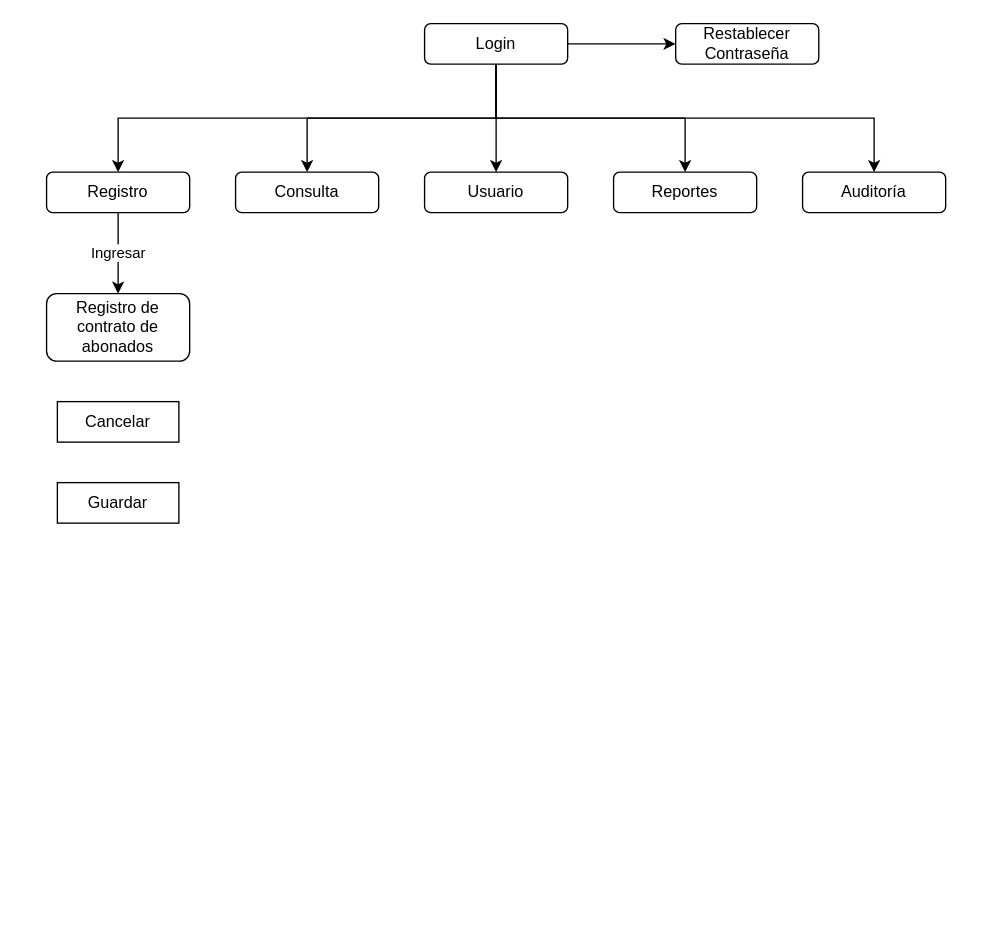
Above: page "Navegabilidad" (3 of 3) of Proyecto PreProfesional.drawio in HoliSoyTamo/Diagramas (draw.io), before the change. Source tidied: cells renumbered, new cells numbered last; positions are measured from the earlier drawing's top-left corner, leaving out a move shared by most shapes. Both pictures are drawn from the tidied source at 135%, with x=0, y=0 at pixel (46, 23).
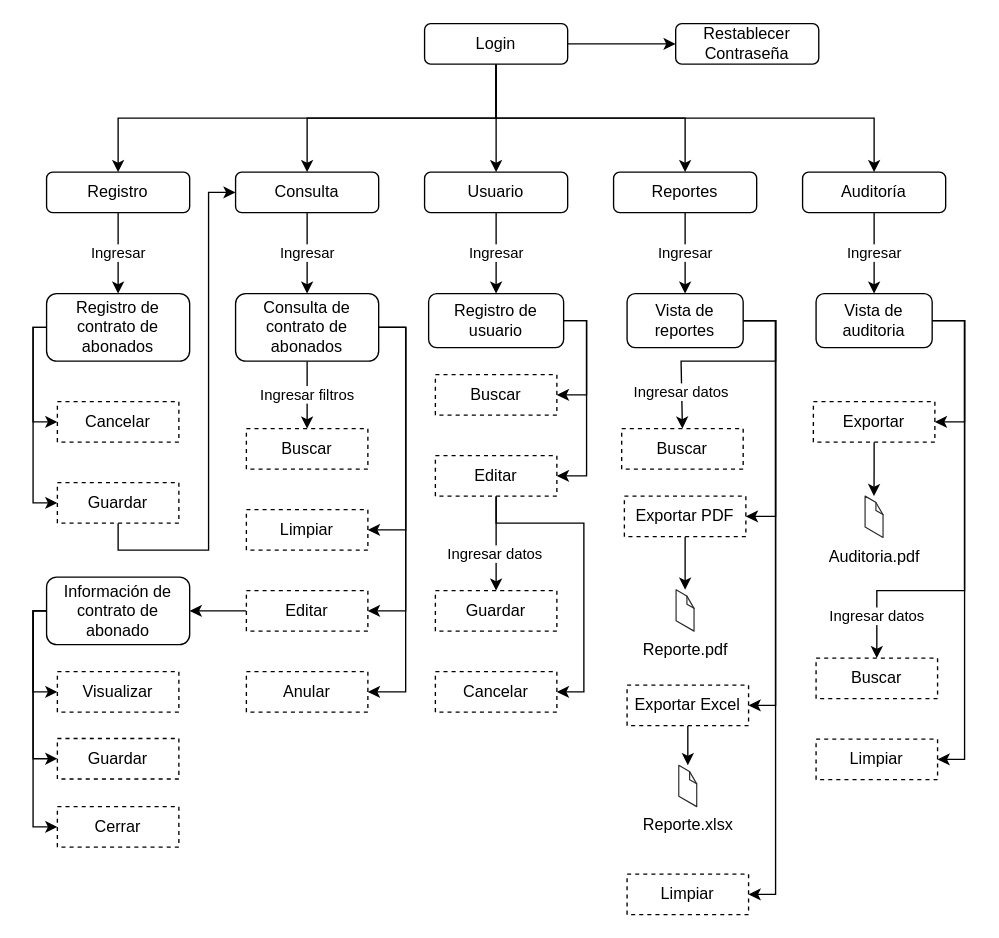
The same diagram, later.

Unchanged cells that the change refers to:
```xml
<mxCell id="12" value="Consulta" style="rounded=1;whiteSpace=wrap;html=1;" parent="1" vertex="1">
  <mxGeometry x="140" y="110" width="106" height="30" as="geometry" />
</mxCell>
<mxCell id="13" value="Usuario" style="rounded=1;whiteSpace=wrap;html=1;" parent="1" vertex="1">
  <mxGeometry x="280" y="110" width="106" height="30" as="geometry" />
</mxCell>
<mxCell id="14" value="Reportes" style="rounded=1;whiteSpace=wrap;html=1;" parent="1" vertex="1">
  <mxGeometry x="420" y="110" width="106" height="30" as="geometry" />
</mxCell>
<mxCell id="15" value="Auditoría" style="rounded=1;whiteSpace=wrap;html=1;" parent="1" vertex="1">
  <mxGeometry x="560" y="110" width="106" height="30" as="geometry" />
</mxCell>
<mxCell id="16" value="Registro de contrato de abonados" style="rounded=1;whiteSpace=wrap;html=1;" parent="1" vertex="1">
  <mxGeometry y="200" width="106" height="50" as="geometry" />
</mxCell>
```

Change to the diagram source:
```diff
@@
+    <mxCell id="19" value="Ingresar" style="edgeStyle=orthogonalEdgeStyle;rounded=0;jettySize=auto;html=1;entryX=0.5;entryY=0;entryDx=0;entryDy=0;" parent="1" edge="1" source="12" target="30">
+      <mxGeometry relative="1" as="geometry" />
+    </mxCell>
@@
+    <mxCell id="20" value="Ingresar" style="edgeStyle=orthogonalEdgeStyle;rounded=0;jettySize=auto;html=1;entryX=0.5;entryY=0;entryDx=0;entryDy=0;" parent="1" edge="1" source="13" target="45">
+      <mxGeometry relative="1" as="geometry" />
+    </mxCell>
@@
+    <mxCell id="21" value="Ingresar" style="edgeStyle=orthogonalEdgeStyle;rounded=0;jettySize=auto;html=1;entryX=0.5;entryY=0;entryDx=0;entryDy=0;" parent="1" edge="1" source="14" target="57">
+      <mxGeometry relative="1" as="geometry" />
+    </mxCell>
@@
+    <mxCell id="22" value="Ingresar" style="edgeStyle=orthogonalEdgeStyle;rounded=0;jettySize=auto;html=1;entryX=0.5;entryY=0;entryDx=0;entryDy=0;" parent="1" edge="1" source="15" target="69">
+      <mxGeometry relative="1" as="geometry" />
+    </mxCell>
@@
+    <mxCell id="23" style="edgeStyle=orthogonalEdgeStyle;rounded=0;jettySize=auto;html=1;entryX=0;entryY=0.5;entryDx=0;entryDy=0;" parent="1" edge="1" source="16" target="18">
+      <mxGeometry relative="1" as="geometry">
+        <Array as="points">
+          <mxPoint x="-10" y="225" />
+          <mxPoint x="-10" y="355" />
+        </Array>
+      </mxGeometry>
+    </mxCell>
+    <mxCell id="24" style="edgeStyle=orthogonalEdgeStyle;rounded=0;jettySize=auto;html=1;entryX=0;entryY=0.5;entryDx=0;entryDy=0;" parent="1" edge="1" source="16" target="17">
+      <mxGeometry relative="1" as="geometry">
+        <Array as="points">
+          <mxPoint x="-10" y="225" />
+          <mxPoint x="-10" y="295" />
+        </Array>
+      </mxGeometry>
+    </mxCell>
@@
-    <mxCell id="17" value="Cancelar" style="rounded=0;whiteSpace=wrap;html=1;" parent="1" vertex="1">
+    <mxCell id="17" value="Cancelar" style="rounded=0;whiteSpace=wrap;html=1;dashed=1;" parent="1" vertex="1">
       <mxGeometry x="8" y="280" width="90" height="30" as="geometry" />
     </mxCell>
+    <mxCell id="25" style="edgeStyle=orthogonalEdgeStyle;rounded=0;jettySize=auto;html=1;entryX=0;entryY=0.5;entryDx=0;entryDy=0;" parent="1" edge="1" source="18" target="12">
+      <mxGeometry relative="1" as="geometry">
+        <Array as="points">
+          <mxPoint x="53" y="390" />
+          <mxPoint x="120" y="390" />
+          <mxPoint x="120" y="125" />
+        </Array>
+      </mxGeometry>
+    </mxCell>
-    <mxCell id="18" value="Guardar" style="rounded=0;whiteSpace=wrap;html=1;" parent="1" vertex="1">
+    <mxCell id="18" value="Guardar" style="rounded=0;whiteSpace=wrap;html=1;dashed=1;" parent="1" vertex="1">
       <mxGeometry x="8" y="340" width="90" height="30" as="geometry" />
     </mxCell>
+    <mxCell id="26" value="&lt;span style=&quot;font-style: normal;&quot;&gt;Ingresar filtros&lt;/span&gt;" style="edgeStyle=orthogonalEdgeStyle;rounded=0;jettySize=auto;html=1;entryX=0.5;entryY=0;entryDx=0;entryDy=0;fontStyle=2;" parent="1" edge="1" source="30" target="31">
+      <mxGeometry relative="1" as="geometry">
+        <Array as="points">
+          <mxPoint x="193" y="290" />
+          <mxPoint x="193" y="290" />
+        </Array>
+      </mxGeometry>
+    </mxCell>
+    <mxCell id="27" style="edgeStyle=orthogonalEdgeStyle;rounded=0;jettySize=auto;html=1;entryX=1;entryY=0.5;entryDx=0;entryDy=0;" parent="1" edge="1" source="30" target="32">
+      <mxGeometry relative="1" as="geometry">
+        <Array as="points">
+          <mxPoint x="266" y="225" />
+          <mxPoint x="266" y="375" />
+        </Array>
+      </mxGeometry>
+    </mxCell>
+    <mxCell id="28" style="edgeStyle=orthogonalEdgeStyle;rounded=0;jettySize=auto;html=1;entryX=1;entryY=0.5;entryDx=0;entryDy=0;" parent="1" edge="1" source="30" target="34">
+      <mxGeometry relative="1" as="geometry">
+        <Array as="points">
+          <mxPoint x="266" y="225" />
+          <mxPoint x="266" y="435" />
+        </Array>
+      </mxGeometry>
+    </mxCell>
+    <mxCell id="29" style="edgeStyle=orthogonalEdgeStyle;rounded=0;jettySize=auto;html=1;entryX=1;entryY=0.5;entryDx=0;entryDy=0;" parent="1" edge="1" source="30" target="35">
+      <mxGeometry relative="1" as="geometry">
+        <Array as="points">
+          <mxPoint x="266" y="225" />
+          <mxPoint x="266" y="495" />
+        </Array>
+      </mxGeometry>
+    </mxCell>
+    <mxCell id="30" value="Consulta de contrato de abonados" style="rounded=1;whiteSpace=wrap;html=1;" parent="1" vertex="1">
+      <mxGeometry x="140" y="200" width="106" height="50" as="geometry" />
+    </mxCell>
+    <mxCell id="31" value="Buscar" style="rounded=0;whiteSpace=wrap;html=1;dashed=1;" parent="1" vertex="1">
+      <mxGeometry x="148" y="300" width="90" height="30" as="geometry" />
+    </mxCell>
+    <mxCell id="32" value="Limpiar" style="rounded=0;whiteSpace=wrap;html=1;dashed=1;" parent="1" vertex="1">
+      <mxGeometry x="148" y="360" width="90" height="30" as="geometry" />
+    </mxCell>
+    <mxCell id="33" style="edgeStyle=orthogonalEdgeStyle;rounded=0;jettySize=auto;html=1;entryX=1;entryY=0.5;entryDx=0;entryDy=0;" parent="1" edge="1" source="34" target="39">
+      <mxGeometry relative="1" as="geometry" />
+    </mxCell>
+    <mxCell id="34" value="Editar" style="rounded=0;whiteSpace=wrap;html=1;dashed=1;" parent="1" vertex="1">
+      <mxGeometry x="148" y="420" width="90" height="30" as="geometry" />
+    </mxCell>
+    <mxCell id="35" value="Anular" style="rounded=0;whiteSpace=wrap;html=1;dashed=1;" parent="1" vertex="1">
+      <mxGeometry x="148" y="480" width="90" height="30" as="geometry" />
+    </mxCell>
+    <mxCell id="36" style="edgeStyle=orthogonalEdgeStyle;rounded=0;jettySize=auto;html=1;entryX=0;entryY=0.5;entryDx=0;entryDy=0;" parent="1" edge="1" source="39" target="42">
+      <mxGeometry relative="1" as="geometry">
+        <Array as="points">
+          <mxPoint x="-10" y="435" />
+          <mxPoint x="-10" y="595" />
+        </Array>
+      </mxGeometry>
+    </mxCell>
+    <mxCell id="37" style="edgeStyle=orthogonalEdgeStyle;rounded=0;jettySize=auto;html=1;entryX=0;entryY=0.5;entryDx=0;entryDy=0;" parent="1" edge="1" source="39" target="40">
+      <mxGeometry relative="1" as="geometry">
+        <Array as="points">
+          <mxPoint x="-10" y="435" />
+          <mxPoint x="-10" y="495" />
+        </Array>
+      </mxGeometry>
+    </mxCell>
+    <mxCell id="38" style="edgeStyle=orthogonalEdgeStyle;rounded=0;jettySize=auto;html=1;entryX=0;entryY=0.5;entryDx=0;entryDy=0;" parent="1" edge="1" source="39" target="41">
+      <mxGeometry relative="1" as="geometry">
+        <Array as="points">
+          <mxPoint x="-10" y="435" />
+          <mxPoint x="-10" y="544" />
+        </Array>
+      </mxGeometry>
+    </mxCell>
+    <mxCell id="39" value="Información de contrato de abonado" style="rounded=1;whiteSpace=wrap;html=1;" parent="1" vertex="1">
+      <mxGeometry y="410" width="106" height="50" as="geometry" />
+    </mxCell>
+    <mxCell id="40" value="Visualizar" style="rounded=0;whiteSpace=wrap;html=1;dashed=1;" parent="1" vertex="1">
+      <mxGeometry x="8" y="480" width="90" height="30" as="geometry" />
+    </mxCell>
+    <mxCell id="41" value="Guardar" style="rounded=0;whiteSpace=wrap;html=1;dashed=1;" parent="1" vertex="1">
+      <mxGeometry x="8" y="529.5" width="90" height="30" as="geometry" />
+    </mxCell>
+    <mxCell id="42" value="Cerrar" style="rounded=0;whiteSpace=wrap;html=1;dashed=1;" parent="1" vertex="1">
+      <mxGeometry x="8" y="580" width="90" height="30" as="geometry" />
+    </mxCell>
+    <mxCell id="43" style="edgeStyle=orthogonalEdgeStyle;rounded=0;jettySize=auto;html=1;entryX=1;entryY=0.5;entryDx=0;entryDy=0;" parent="1" edge="1" source="45" target="46">
+      <mxGeometry relative="1" as="geometry">
+        <Array as="points">
+          <mxPoint x="400" y="220" />
+          <mxPoint x="400" y="275" />
+        </Array>
+      </mxGeometry>
+    </mxCell>
+    <mxCell id="44" style="edgeStyle=orthogonalEdgeStyle;rounded=0;jettySize=auto;html=1;entryX=1;entryY=0.5;entryDx=0;entryDy=0;" parent="1" edge="1" source="45" target="50">
+      <mxGeometry relative="1" as="geometry">
+        <Array as="points">
+          <mxPoint x="400" y="220" />
+          <mxPoint x="400" y="335" />
+        </Array>
+      </mxGeometry>
+    </mxCell>
+    <mxCell id="45" value="Registro de usuario" style="rounded=1;whiteSpace=wrap;html=1;" parent="1" vertex="1">
+      <mxGeometry x="283" y="200" width="100" height="40" as="geometry" />
+    </mxCell>
+    <mxCell id="46" value="Buscar" style="rounded=0;whiteSpace=wrap;html=1;dashed=1;" parent="1" vertex="1">
+      <mxGeometry x="288" y="260" width="90" height="30" as="geometry" />
+    </mxCell>
+    <mxCell id="47" style="edgeStyle=orthogonalEdgeStyle;rounded=0;jettySize=auto;html=1;entryX=0.5;entryY=0;entryDx=0;entryDy=0;" parent="1" edge="1" source="50" target="51">
+      <mxGeometry relative="1" as="geometry" />
+    </mxCell>
+    <mxCell id="48" value="Ingresar datos" style="edgeLabel;html=1;align=center;verticalAlign=middle;" parent="47" vertex="1">
+      <mxGeometry x="0.2" y="-2" relative="1" as="geometry" />
+    </mxCell>
+    <mxCell id="49" style="edgeStyle=orthogonalEdgeStyle;rounded=0;jettySize=auto;html=1;entryX=1;entryY=0.5;entryDx=0;entryDy=0;" parent="1" edge="1" source="50" target="52">
+      <mxGeometry relative="1" as="geometry">
+        <Array as="points">
+          <mxPoint x="333" y="370" />
+          <mxPoint x="398" y="370" />
+          <mxPoint x="398" y="495" />
+        </Array>
+      </mxGeometry>
+    </mxCell>
+    <mxCell id="50" value="Editar" style="rounded=0;whiteSpace=wrap;html=1;dashed=1;" parent="1" vertex="1">
+      <mxGeometry x="288" y="320" width="90" height="30" as="geometry" />
+    </mxCell>
+    <mxCell id="51" value="Guardar" style="rounded=0;whiteSpace=wrap;html=1;dashed=1;" parent="1" vertex="1">
+      <mxGeometry x="288" y="420" width="90" height="30" as="geometry" />
+    </mxCell>
+    <mxCell id="52" value="Cancelar" style="rounded=0;whiteSpace=wrap;html=1;dashed=1;" parent="1" vertex="1">
+      <mxGeometry x="288" y="480" width="90" height="30" as="geometry" />
+    </mxCell>
+    <mxCell id="53" value="Ingresar datos" style="edgeStyle=orthogonalEdgeStyle;rounded=0;jettySize=auto;html=1;entryX=0.5;entryY=0;entryDx=0;entryDy=0;" parent="1" edge="1" source="57" target="58">
+      <mxGeometry x="0.69" relative="1" as="geometry">
+        <Array as="points">
+          <mxPoint x="540" y="220" />
+          <mxPoint x="540" y="250" />
+          <mxPoint x="470" y="250" />
+          <mxPoint x="470" y="300" />
+        </Array>
+      </mxGeometry>
+    </mxCell>
+    <mxCell id="54" style="edgeStyle=orthogonalEdgeStyle;rounded=0;jettySize=auto;html=1;entryX=1;entryY=0.5;entryDx=0;entryDy=0;" parent="1" edge="1" source="57" target="60">
+      <mxGeometry relative="1" as="geometry">
+        <Array as="points">
+          <mxPoint x="540" y="220" />
+          <mxPoint x="540" y="365" />
+        </Array>
+      </mxGeometry>
+    </mxCell>
+    <mxCell id="55" style="edgeStyle=orthogonalEdgeStyle;rounded=0;jettySize=auto;html=1;entryX=1;entryY=0.5;entryDx=0;entryDy=0;" parent="1" edge="1" source="57" target="62">
+      <mxGeometry relative="1" as="geometry">
+        <Array as="points">
+          <mxPoint x="540" y="220" />
+          <mxPoint x="540" y="505" />
+        </Array>
+      </mxGeometry>
+    </mxCell>
+    <mxCell id="56" style="edgeStyle=orthogonalEdgeStyle;rounded=0;jettySize=auto;html=1;entryX=1;entryY=0.5;entryDx=0;entryDy=0;" parent="1" edge="1" source="57" target="65">
+      <mxGeometry relative="1" as="geometry">
+        <Array as="points">
+          <mxPoint x="540" y="220" />
+          <mxPoint x="540" y="645" />
+        </Array>
+      </mxGeometry>
+    </mxCell>
+    <mxCell id="57" value="Vista de reportes" style="rounded=1;whiteSpace=wrap;html=1;" parent="1" vertex="1">
+      <mxGeometry x="430" y="200" width="86" height="40" as="geometry" />
+    </mxCell>
+    <mxCell id="58" value="Buscar" style="rounded=0;whiteSpace=wrap;html=1;dashed=1;" parent="1" vertex="1">
+      <mxGeometry x="426" y="300" width="90" height="30" as="geometry" />
+    </mxCell>
+    <mxCell id="59" style="edgeStyle=orthogonalEdgeStyle;rounded=0;jettySize=auto;html=1;" parent="1" edge="1" source="60">
+      <mxGeometry relative="1" as="geometry">
+        <mxPoint x="473" y="419.4" as="targetPoint" />
+      </mxGeometry>
+    </mxCell>
+    <mxCell id="60" value="Exportar PDF" style="rounded=0;whiteSpace=wrap;html=1;dashed=1;" parent="1" vertex="1">
+      <mxGeometry x="428" y="350" width="90" height="30" as="geometry" />
+    </mxCell>
+    <mxCell id="61" style="edgeStyle=orthogonalEdgeStyle;rounded=0;jettySize=auto;html=1;" parent="1" edge="1" source="62" target="64">
+      <mxGeometry relative="1" as="geometry" />
+    </mxCell>
+    <mxCell id="62" value="Exportar Excel" style="rounded=0;whiteSpace=wrap;html=1;dashed=1;" parent="1" vertex="1">
+      <mxGeometry x="430" y="490" width="90" height="30" as="geometry" />
+    </mxCell>
+    <mxCell id="63" value="Reporte.pdf" style="verticalLabelPosition=bottom;html=1;verticalAlign=top;strokeWidth=1;align=center;dashed=0;shape=mxgraph.aws3d.file;strokeColor=#292929;" parent="1" vertex="1">
+      <mxGeometry x="466.3" y="419.4" width="13.3" height="30.6" as="geometry" />
+    </mxCell>
+    <mxCell id="64" value="Reporte.xlsx" style="verticalLabelPosition=bottom;html=1;verticalAlign=top;strokeWidth=1;align=center;outlineConnect=0;dashed=0;outlineConnect=0;shape=mxgraph.aws3d.file;strokeColor=#292929;" parent="1" vertex="1">
+      <mxGeometry x="468.3" y="549.4" width="13.3" height="30.6" as="geometry" />
+    </mxCell>
+    <mxCell id="65" value="Limpiar" style="rounded=0;whiteSpace=wrap;html=1;dashed=1;" parent="1" vertex="1">
+      <mxGeometry x="430" y="630" width="90" height="30" as="geometry" />
+    </mxCell>
+    <mxCell id="66" style="edgeStyle=orthogonalEdgeStyle;rounded=0;jettySize=auto;html=1;entryX=1;entryY=0.5;entryDx=0;entryDy=0;" parent="1" edge="1" source="69" target="71">
+      <mxGeometry relative="1" as="geometry">
+        <Array as="points">
+          <mxPoint x="680" y="220" />
+          <mxPoint x="680" y="295" />
+        </Array>
+      </mxGeometry>
+    </mxCell>
+    <mxCell id="67" value="Ingresar datos" style="edgeStyle=orthogonalEdgeStyle;rounded=0;jettySize=auto;html=1;entryX=0.5;entryY=0;entryDx=0;entryDy=0;" parent="1" edge="1" source="69" target="73">
+      <mxGeometry x="0.82" relative="1" as="geometry">
+        <Array as="points">
+          <mxPoint x="680" y="220" />
+          <mxPoint x="680" y="420" />
+          <mxPoint x="615" y="420" />
+        </Array>
+      </mxGeometry>
+    </mxCell>
+    <mxCell id="68" style="edgeStyle=orthogonalEdgeStyle;rounded=0;jettySize=auto;html=1;entryX=1;entryY=0.5;entryDx=0;entryDy=0;" parent="1" edge="1" source="69" target="74">
+      <mxGeometry relative="1" as="geometry">
+        <Array as="points">
+          <mxPoint x="680" y="220" />
+          <mxPoint x="680" y="545" />
+        </Array>
+      </mxGeometry>
+    </mxCell>
+    <mxCell id="69" value="Vista de auditoria" style="rounded=1;whiteSpace=wrap;html=1;" parent="1" vertex="1">
+      <mxGeometry x="570" y="200" width="86" height="40" as="geometry" />
+    </mxCell>
+    <mxCell id="70" style="edgeStyle=orthogonalEdgeStyle;rounded=0;jettySize=auto;html=1;" parent="1" edge="1" source="71" target="72">
+      <mxGeometry relative="1" as="geometry" />
+    </mxCell>
+    <mxCell id="71" value="Exportar" style="rounded=0;whiteSpace=wrap;html=1;dashed=1;" parent="1" vertex="1">
+      <mxGeometry x="568" y="280" width="90" height="30" as="geometry" />
+    </mxCell>
+    <mxCell id="72" value="Auditoria.pdf" style="verticalLabelPosition=bottom;html=1;verticalAlign=top;strokeWidth=1;align=center;outlineConnect=0;dashed=0;outlineConnect=0;shape=mxgraph.aws3d.file;strokeColor=#292929;" parent="1" vertex="1">
+      <mxGeometry x="606.3" y="350" width="13.3" height="30.6" as="geometry" />
+    </mxCell>
+    <mxCell id="73" value="Buscar" style="rounded=0;whiteSpace=wrap;html=1;dashed=1;" parent="1" vertex="1">
+      <mxGeometry x="570" y="470" width="90" height="30" as="geometry" />
+    </mxCell>
+    <mxCell id="74" value="Limpiar" style="rounded=0;whiteSpace=wrap;html=1;dashed=1;" parent="1" vertex="1">
+      <mxGeometry x="570" y="530" width="90" height="30" as="geometry" />
+    </mxCell>
```
